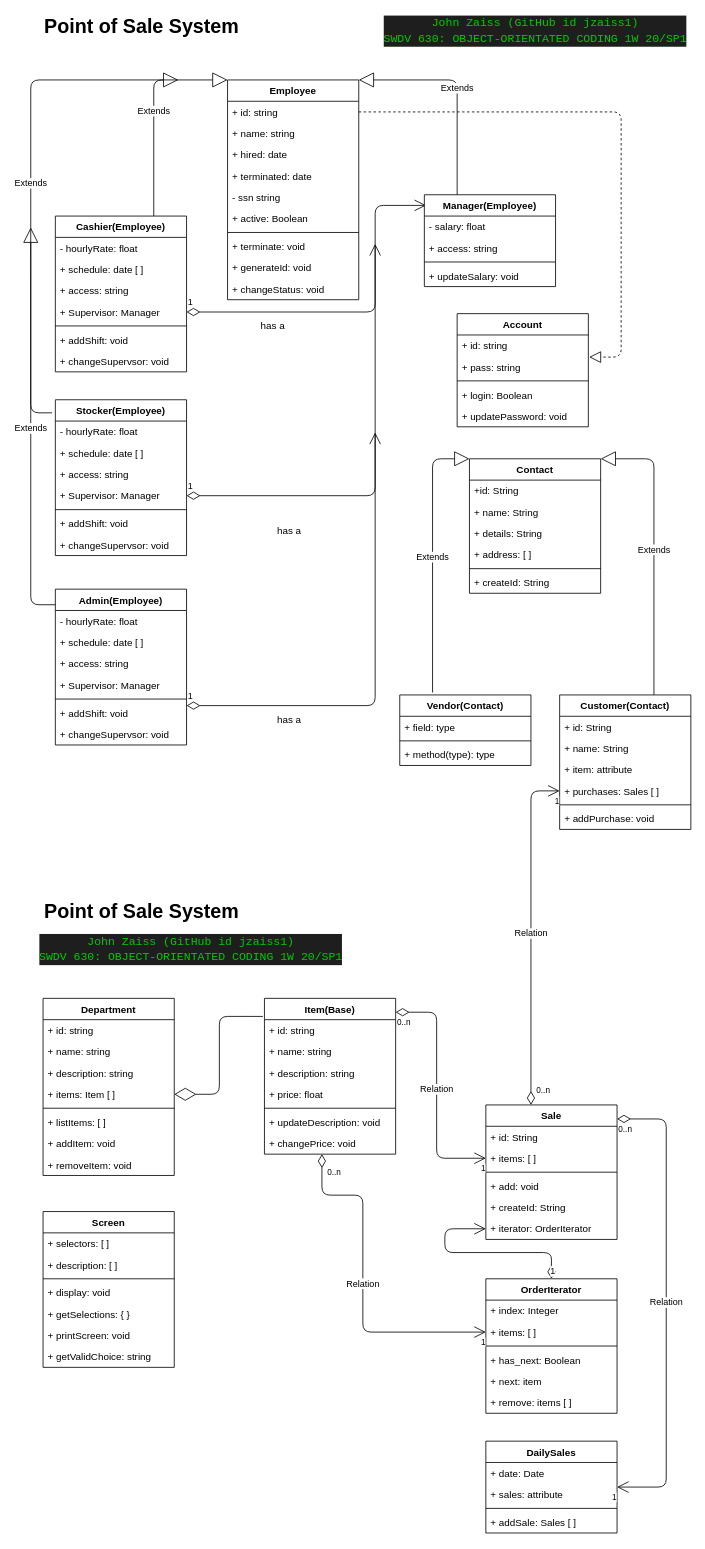
Earlier version of the draw.io diagram docs/pos-class-diagram-swdv630-jzaiss1.drawio (jzaiss1/swdv630-final-project). Source tidied: cells renumbered, new cells numbered last; positions are measured from the earlier drawing's top-left corner, leaving out a move shared by most shapes. Both pictures are drawn from the tidied source at 82%, with x=0, y=0 at pixel (30, 14).
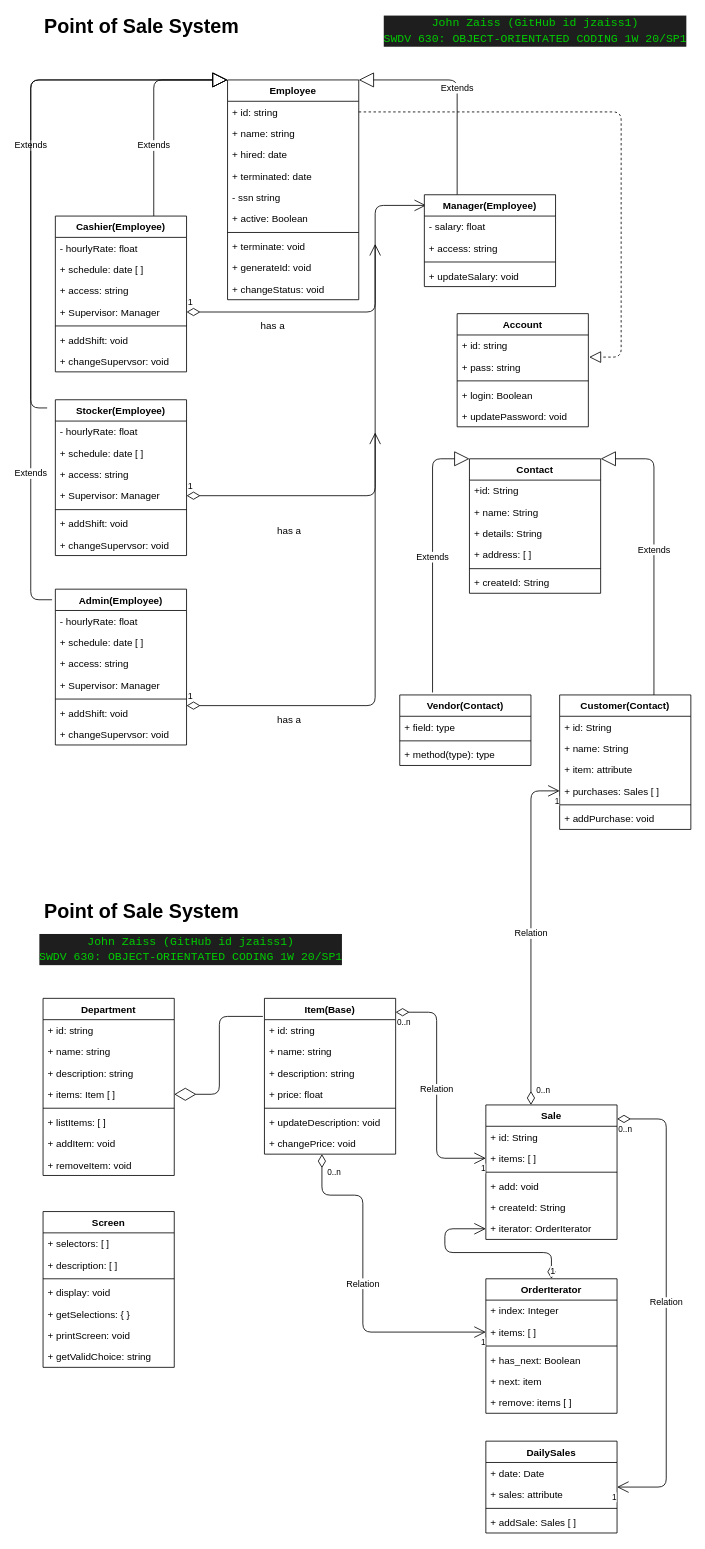
The same diagram, later.

Unchanged cells that the change refers to:
```xml
<mxCell id="3" value="Employee" style="swimlane;fontStyle=1;align=center;verticalAlign=top;horizontal=1;startSize=26;" parent="1" vertex="1">
  <mxGeometry x="240" y="80" width="160" height="268" as="geometry" />
</mxCell>
<mxCell id="34" value="Stocker(Employee)" style="swimlane;fontStyle=1;align=center;verticalAlign=top;horizontal=1;startSize=26;" parent="1" vertex="1">
  <mxGeometry x="30" y="470" width="160" height="190" as="geometry" />
</mxCell>
<mxCell id="105" value="Cashier(Employee)" style="swimlane;fontStyle=1;align=center;verticalAlign=top;horizontal=1;startSize=26;" parent="1" vertex="1">
  <mxGeometry x="30" y="246" width="160" height="190" as="geometry" />
</mxCell>
<mxCell id="115" value="Admin(Employee)" style="swimlane;fontStyle=1;align=center;verticalAlign=top;horizontal=1;startSize=26;" parent="1" vertex="1">
  <mxGeometry x="30" y="701" width="160" height="190" as="geometry" />
</mxCell>
```

The edit, as a diff of the source:
```diff
@@
-    <mxCell id="42" value="Extends" style="endArrow=block;endSize=16;endFill=0;html=1;entryX=0;entryY=0;entryDx=0;entryDy=0;edgeStyle=orthogonalEdgeStyle;exitX=0.75;exitY=0;exitDx=0;exitDy=0;" parent="1" edge="1" source="105" target="3">
-      <mxGeometry relative="1" as="geometry">
+    <mxCell id="42" value="Extends" style="endArrow=block;endSize=16;endFill=0;html=1;entryX=0;entryY=0;entryDx=0;entryDy=0;edgeStyle=elbowEdgeStyle;exitX=0.75;exitY=0;exitDx=0;exitDy=0;" parent="1" edge="1" source="105" target="3">
+      <mxGeometry x="-0.33" relative="1" as="geometry">
         <Array as="points">
-          <mxPoint x="150" y="80" />
+          <mxPoint x="150" y="160" />
         </Array>
       </mxGeometry>
     </mxCell>
@@
-    <mxCell id="125" value="Extends" style="endArrow=block;endSize=16;endFill=0;html=1;edgeStyle=orthogonalEdgeStyle;exitX=-0.025;exitY=0.084;exitDx=0;exitDy=0;exitPerimeter=0;" parent="1" edge="1" source="34">
-      <mxGeometry relative="1" as="geometry">
-        <mxPoint x="180" y="80" as="targetPoint" />
+    <mxCell id="125" value="Extends" style="endArrow=block;endSize=16;endFill=0;html=1;edgeStyle=elbowEdgeStyle;" parent="1" edge="1">
+      <mxGeometry x="0.03" relative="1" as="geometry">
+        <mxPoint x="20" y="480" as="sourcePoint" />
+        <mxPoint x="240" y="80" as="targetPoint" />
         <Array as="points">
-          <mxPoint y="486" />
-          <mxPoint y="80" />
+          <mxPoint y="170" />
         </Array>
       </mxGeometry>
     </mxCell>
-    <mxCell id="126" value="Extends" style="endArrow=block;endSize=16;endFill=0;html=1;edgeStyle=orthogonalEdgeStyle;" parent="1" edge="1">
-      <mxGeometry relative="1" as="geometry">
-        <mxPoint x="30" y="720" as="sourcePoint" />
-        <mxPoint y="260" as="targetPoint" />
+    <mxCell id="126" value="Extends" style="endArrow=block;endSize=16;endFill=0;html=1;edgeStyle=elbowEdgeStyle;exitX=-0.025;exitY=0.068;exitDx=0;exitDy=0;exitPerimeter=0;" parent="1" edge="1" source="115">
+      <mxGeometry x="-0.6" relative="1" as="geometry">
+        <mxPoint x="240" y="80" as="targetPoint" />
         <Array as="points">
-          <mxPoint y="720" />
-          <mxPoint y="310" />
+          <mxPoint y="220" />
         </Array>
       </mxGeometry>
     </mxCell>
```
